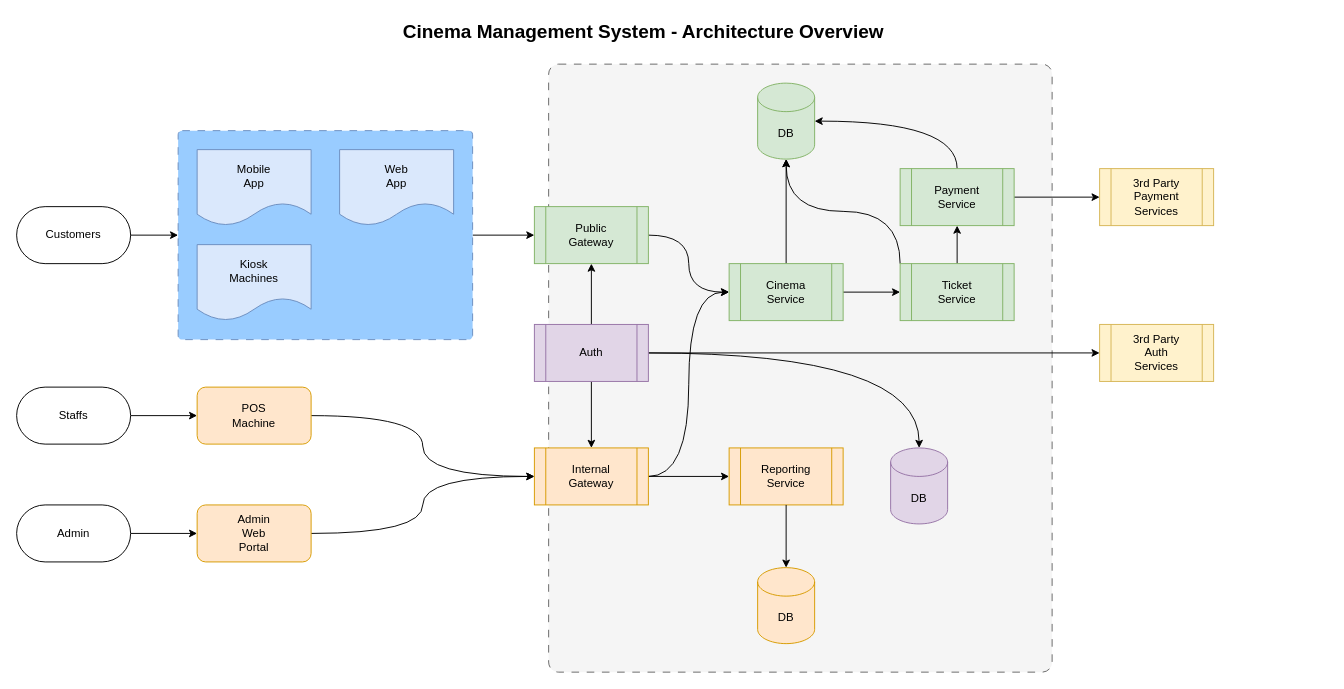
Above: diagrams/SystemDiagram-CinemaManagementSystem.drawio in wai-lin/m5_cinema_system (draw.io), before the change. Source tidied: cells renumbered, new cells numbered last; positions are measured from the earlier drawing's top-left corner, leaving out a move shared by most shapes. Both pictures are drawn from the tidied source at 95%, with x=0, y=0 at pixel (16, 16).
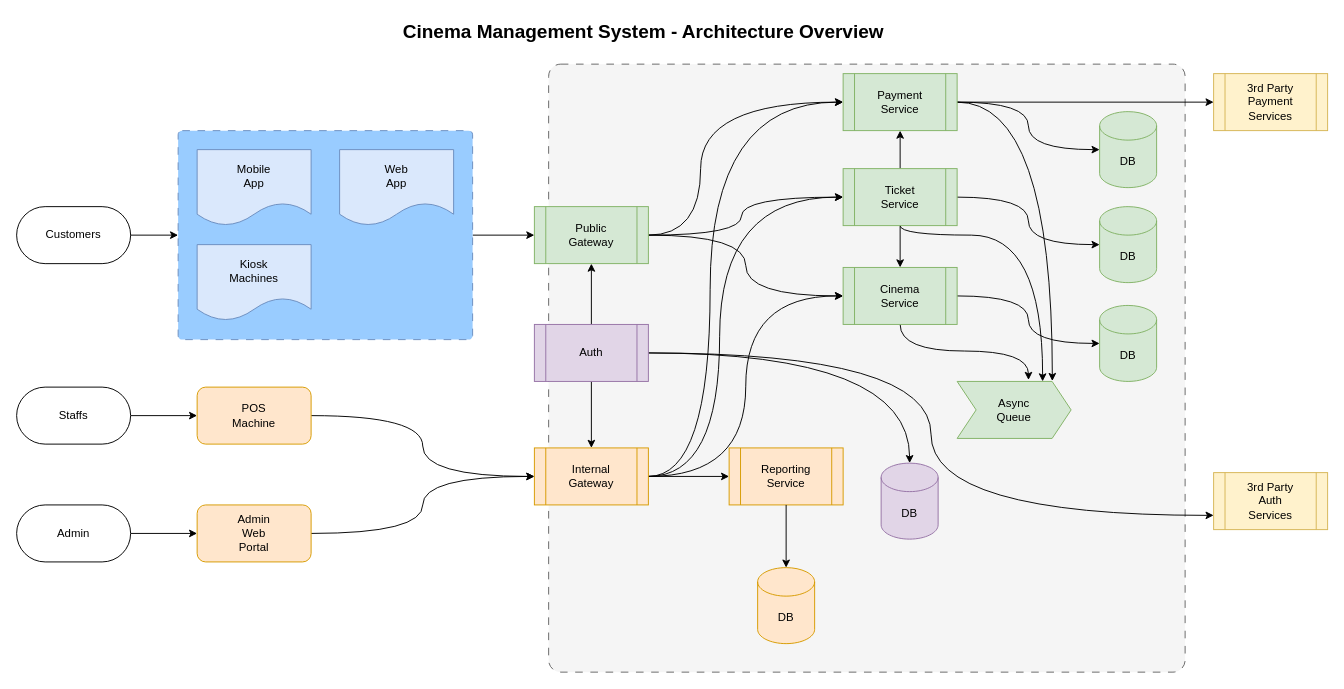
Above is the later version.

Commit message (it also covers changes not shown here):
update diagram with async queue and microservice in mind

Unchanged cells that the change refers to:
```xml
<mxCell id="20" value="&lt;div&gt;Internal&lt;/div&gt;Gateway" style="shape=process;whiteSpace=wrap;html=1;backgroundOutline=1;fillColor=#ffe6cc;strokeColor=#d79b00;" parent="1" vertex="1">
  <mxGeometry x="545" y="454" width="120" height="60" as="geometry" />
</mxCell>
<mxCell id="25" value="Auth" style="shape=process;whiteSpace=wrap;html=1;backgroundOutline=1;fillColor=#e1d5e7;strokeColor=#9673a6;" parent="1" vertex="1">
  <mxGeometry x="545" y="324" width="120" height="60" as="geometry" />
</mxCell>
<mxCell id="38" value="&lt;div&gt;Public&lt;/div&gt;Gateway" style="shape=process;whiteSpace=wrap;html=1;backgroundOutline=1;fillColor=#d5e8d4;strokeColor=#82b366;" parent="1" vertex="1">
  <mxGeometry x="545" y="200" width="120" height="60" as="geometry" />
</mxCell>
```

What changed in the source:
```diff
@@
     <mxCell id="2" style="rounded=1;whiteSpace=wrap;html=1;dashed=1;dashPattern=8 8;arcSize=2;fillColor=#f5f5f5;strokeColor=#666666;fontColor=#333333;" parent="1" vertex="1">
-      <mxGeometry x="560" y="50" width="530" height="640" as="geometry" />
+      <mxGeometry x="560" y="50" width="670" height="640" as="geometry" />
     </mxCell>
@@
+    <mxCell id="45" style="edgeStyle=orthogonalEdgeStyle;rounded=0;jettySize=auto;html=1;curved=1;entryX=0;entryY=0.5;entryDx=0;entryDy=0;" parent="1" edge="1" source="20" target="31">
+      <mxGeometry relative="1" as="geometry">
+        <Array as="points">
+          <mxPoint x="740" y="484" />
+          <mxPoint x="740" y="190" />
+        </Array>
+      </mxGeometry>
+    </mxCell>
+    <mxCell id="46" style="edgeStyle=orthogonalEdgeStyle;rounded=0;jettySize=auto;html=1;entryX=0;entryY=0.5;entryDx=0;entryDy=0;curved=1;" parent="1" edge="1" source="20" target="35">
+      <mxGeometry relative="1" as="geometry">
+        <Array as="points">
+          <mxPoint x="730" y="484" />
+          <mxPoint x="730" y="90" />
+        </Array>
+      </mxGeometry>
+    </mxCell>
@@
-    <mxCell id="23" style="edgeStyle=orthogonalEdgeStyle;rounded=0;jettySize=auto;html=1;" parent="1" edge="1" source="25" target="39">
+    <mxCell id="23" style="edgeStyle=orthogonalEdgeStyle;rounded=0;jettySize=auto;html=1;curved=1;entryX=0;entryY=0.75;entryDx=0;entryDy=0;" parent="1" edge="1" source="25" target="39">
       <mxGeometry relative="1" as="geometry" />
     </mxCell>
@@
-    <mxCell id="26" style="edgeStyle=orthogonalEdgeStyle;rounded=0;jettySize=auto;html=1;entryX=0;entryY=0.5;entryDx=0;entryDy=0;" parent="1" edge="1" source="28" target="31">
-      <mxGeometry relative="1" as="geometry" />
-    </mxCell>
-    <mxCell id="27" style="edgeStyle=orthogonalEdgeStyle;rounded=0;jettySize=auto;html=1;" parent="1" edge="1" source="28" target="40">
-      <mxGeometry relative="1" as="geometry" />
-    </mxCell>
+    <mxCell id="47" style="edgeStyle=orthogonalEdgeStyle;rounded=0;jettySize=auto;html=1;curved=1;" parent="1" edge="1" source="28" target="56">
+      <mxGeometry relative="1" as="geometry" />
+    </mxCell>
+    <mxCell id="48" style="edgeStyle=orthogonalEdgeStyle;rounded=0;jettySize=auto;html=1;entryX=0.626;entryY=-0.026;entryDx=0;entryDy=0;curved=1;entryPerimeter=0;" parent="1" edge="1" source="28" target="59">
+      <mxGeometry relative="1" as="geometry">
+        <Array as="points">
+          <mxPoint x="930" y="352" />
+          <mxPoint x="1065" y="352" />
+        </Array>
+      </mxGeometry>
+    </mxCell>
     <mxCell id="28" value="Cinema&lt;div&gt;Service&lt;/div&gt;" style="shape=process;whiteSpace=wrap;html=1;backgroundOutline=1;fillColor=#d5e8d4;strokeColor=#82b366;" parent="1" vertex="1">
-      <mxGeometry x="750" y="260" width="120" height="60" as="geometry" />
+      <mxGeometry x="870" y="264" width="120" height="60" as="geometry" />
     </mxCell>
+    <mxCell id="49" style="edgeStyle=orthogonalEdgeStyle;rounded=0;jettySize=auto;html=1;" parent="1" edge="1" source="31" target="28">
+      <mxGeometry relative="1" as="geometry" />
+    </mxCell>
-    <mxCell id="29" style="edgeStyle=orthogonalEdgeStyle;rounded=0;jettySize=auto;html=1;entryX=0.5;entryY=1;entryDx=0;entryDy=0;" parent="1" edge="1" source="31" target="35">
+    <mxCell id="29" style="edgeStyle=orthogonalEdgeStyle;rounded=0;jettySize=auto;html=1;" parent="1" edge="1" source="31" target="35">
       <mxGeometry relative="1" as="geometry" />
     </mxCell>
-    <mxCell id="30" style="edgeStyle=orthogonalEdgeStyle;rounded=0;jettySize=auto;html=1;curved=1;exitX=0;exitY=0;exitDx=0;exitDy=0;" parent="1" edge="1" source="31" target="40">
-      <mxGeometry relative="1" as="geometry" />
-    </mxCell>
+    <mxCell id="50" style="edgeStyle=orthogonalEdgeStyle;rounded=0;jettySize=auto;html=1;curved=1;" parent="1" edge="1" source="31" target="57">
+      <mxGeometry relative="1" as="geometry" />
+    </mxCell>
+    <mxCell id="51" style="edgeStyle=orthogonalEdgeStyle;rounded=0;jettySize=auto;html=1;entryX=0.75;entryY=0;entryDx=0;entryDy=0;curved=1;" parent="1" edge="1" source="31" target="59">
+      <mxGeometry relative="1" as="geometry">
+        <Array as="points">
+          <mxPoint x="930" y="230" />
+          <mxPoint x="1080" y="230" />
+        </Array>
+      </mxGeometry>
+    </mxCell>
     <mxCell id="31" value="Ticket&lt;div&gt;Service&lt;/div&gt;" style="shape=process;whiteSpace=wrap;html=1;backgroundOutline=1;fillColor=#d5e8d4;strokeColor=#82b366;" parent="1" vertex="1">
-      <mxGeometry x="930" y="260" width="120" height="60" as="geometry" />
+      <mxGeometry x="870" y="160" width="120" height="60" as="geometry" />
     </mxCell>
@@
-    <mxCell id="34" style="edgeStyle=orthogonalEdgeStyle;rounded=0;jettySize=auto;html=1;curved=1;exitX=0.5;exitY=0;exitDx=0;exitDy=0;entryX=1;entryY=0.5;entryDx=0;entryDy=0;entryPerimeter=0;" parent="1" edge="1" source="35" target="40">
-      <mxGeometry relative="1" as="geometry" />
-    </mxCell>
+    <mxCell id="52" style="edgeStyle=orthogonalEdgeStyle;rounded=0;jettySize=auto;html=1;curved=1;" parent="1" edge="1" source="35" target="58">
+      <mxGeometry relative="1" as="geometry" />
+    </mxCell>
+    <mxCell id="53" style="edgeStyle=orthogonalEdgeStyle;rounded=0;jettySize=auto;html=1;curved=1;entryX=0.835;entryY=-0.007;entryDx=0;entryDy=0;entryPerimeter=0;" parent="1" edge="1" source="35" target="59">
+      <mxGeometry relative="1" as="geometry">
+        <Array as="points">
+          <mxPoint x="1090" y="90" />
+        </Array>
+      </mxGeometry>
+    </mxCell>
     <mxCell id="35" value="Payment&lt;div&gt;Service&lt;/div&gt;" style="shape=process;whiteSpace=wrap;html=1;backgroundOutline=1;fillColor=#d5e8d4;strokeColor=#82b366;" parent="1" vertex="1">
-      <mxGeometry x="930" y="160" width="120" height="60" as="geometry" />
+      <mxGeometry x="870" y="60" width="120" height="60" as="geometry" />
     </mxCell>
     <mxCell id="36" value="3rd Party&lt;div&gt;Payment&lt;/div&gt;&lt;div&gt;Services&lt;/div&gt;" style="shape=process;whiteSpace=wrap;html=1;backgroundOutline=1;fillColor=#fff2cc;strokeColor=#d6b656;" parent="1" vertex="1">
-      <mxGeometry x="1140" y="160" width="120" height="60" as="geometry" />
+      <mxGeometry x="1260" y="60" width="120" height="60" as="geometry" />
     </mxCell>
@@
+    <mxCell id="54" style="edgeStyle=orthogonalEdgeStyle;rounded=0;jettySize=auto;html=1;curved=1;" parent="1" edge="1" source="38" target="31">
+      <mxGeometry relative="1" as="geometry">
+        <Array as="points">
+          <mxPoint x="763" y="230" />
+          <mxPoint x="763" y="190" />
+        </Array>
+      </mxGeometry>
+    </mxCell>
+    <mxCell id="55" style="edgeStyle=orthogonalEdgeStyle;rounded=0;jettySize=auto;html=1;entryX=0;entryY=0.5;entryDx=0;entryDy=0;curved=1;" parent="1" edge="1" source="38" target="35">
+      <mxGeometry relative="1" as="geometry">
+        <Array as="points">
+          <mxPoint x="720" y="230" />
+          <mxPoint x="720" y="90" />
+        </Array>
+      </mxGeometry>
+    </mxCell>
@@
     <mxCell id="39" value="3rd Party&lt;div&gt;Auth&lt;/div&gt;&lt;div&gt;Services&lt;/div&gt;" style="shape=process;whiteSpace=wrap;html=1;backgroundOutline=1;fillColor=#fff2cc;strokeColor=#d6b656;" parent="1" vertex="1">
-      <mxGeometry x="1140" y="324" width="120" height="60" as="geometry" />
+      <mxGeometry x="1260" y="480" width="120" height="60" as="geometry" />
     </mxCell>
-    <mxCell id="40" value="DB" style="shape=cylinder3;whiteSpace=wrap;html=1;boundedLbl=1;backgroundOutline=1;size=15;fillColor=#d5e8d4;strokeColor=#82b366;" parent="1" vertex="1">
-      <mxGeometry x="780" y="70" width="60" height="80" as="geometry" />
-    </mxCell>
@@
     <mxCell id="43" value="DB" style="shape=cylinder3;whiteSpace=wrap;html=1;boundedLbl=1;backgroundOutline=1;size=15;fillColor=#e1d5e7;strokeColor=#9673a6;" parent="1" vertex="1">
-      <mxGeometry x="920" y="454" width="60" height="80" as="geometry" />
+      <mxGeometry x="910" y="470" width="60" height="80" as="geometry" />
     </mxCell>
@@
+    <mxCell id="56" value="DB" style="shape=cylinder3;whiteSpace=wrap;html=1;boundedLbl=1;backgroundOutline=1;size=15;fillColor=#d5e8d4;strokeColor=#82b366;" parent="1" vertex="1">
+      <mxGeometry x="1140" y="304" width="60" height="80" as="geometry" />
+    </mxCell>
+    <mxCell id="57" value="DB" style="shape=cylinder3;whiteSpace=wrap;html=1;boundedLbl=1;backgroundOutline=1;size=15;fillColor=#d5e8d4;strokeColor=#82b366;" parent="1" vertex="1">
+      <mxGeometry x="1140" y="200" width="60" height="80" as="geometry" />
+    </mxCell>
+    <mxCell id="58" value="DB" style="shape=cylinder3;whiteSpace=wrap;html=1;boundedLbl=1;backgroundOutline=1;size=15;fillColor=#d5e8d4;strokeColor=#82b366;" parent="1" vertex="1">
+      <mxGeometry x="1140" y="100" width="60" height="80" as="geometry" />
+    </mxCell>
+    <mxCell id="59" value="Async&lt;div&gt;Queue&lt;/div&gt;" style="shape=step;perimeter=stepPerimeter;whiteSpace=wrap;html=1;fixedSize=1;fillColor=#d5e8d4;strokeColor=#82b366;" parent="1" vertex="1">
+      <mxGeometry x="990" y="384" width="120" height="60" as="geometry" />
+    </mxCell>
```
